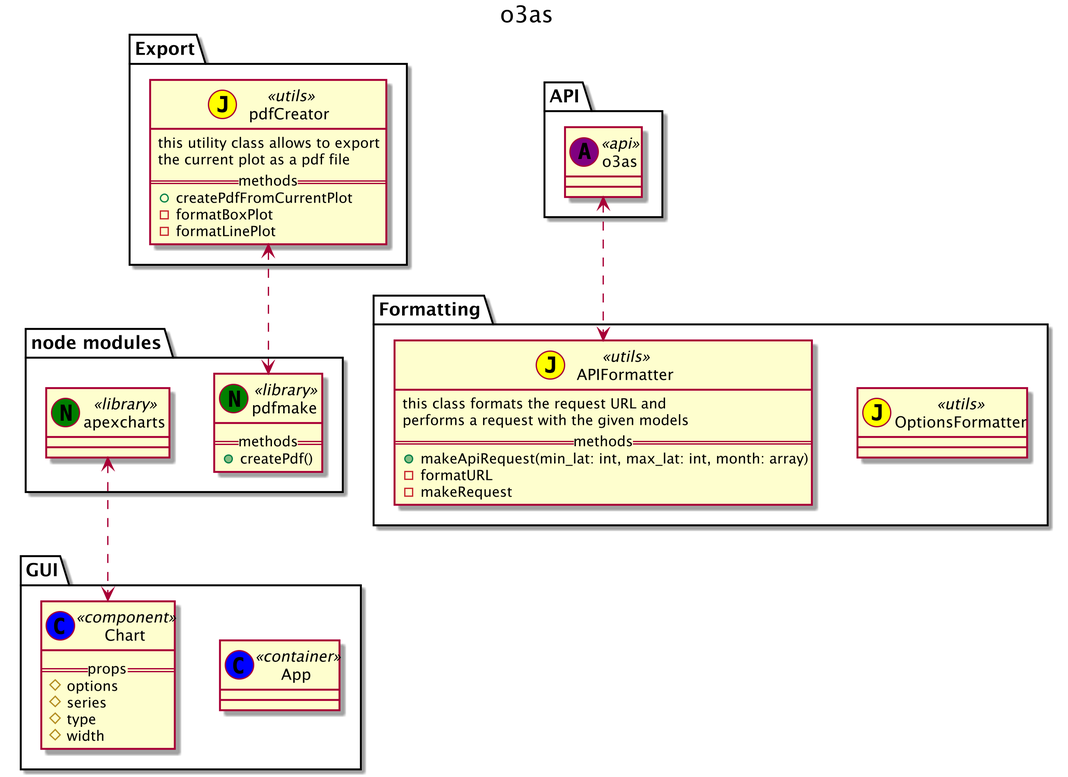
thomasmarwitz/reactUML keeps this PlantUML diagram as ReactPackages.png. Above is the earlier version.
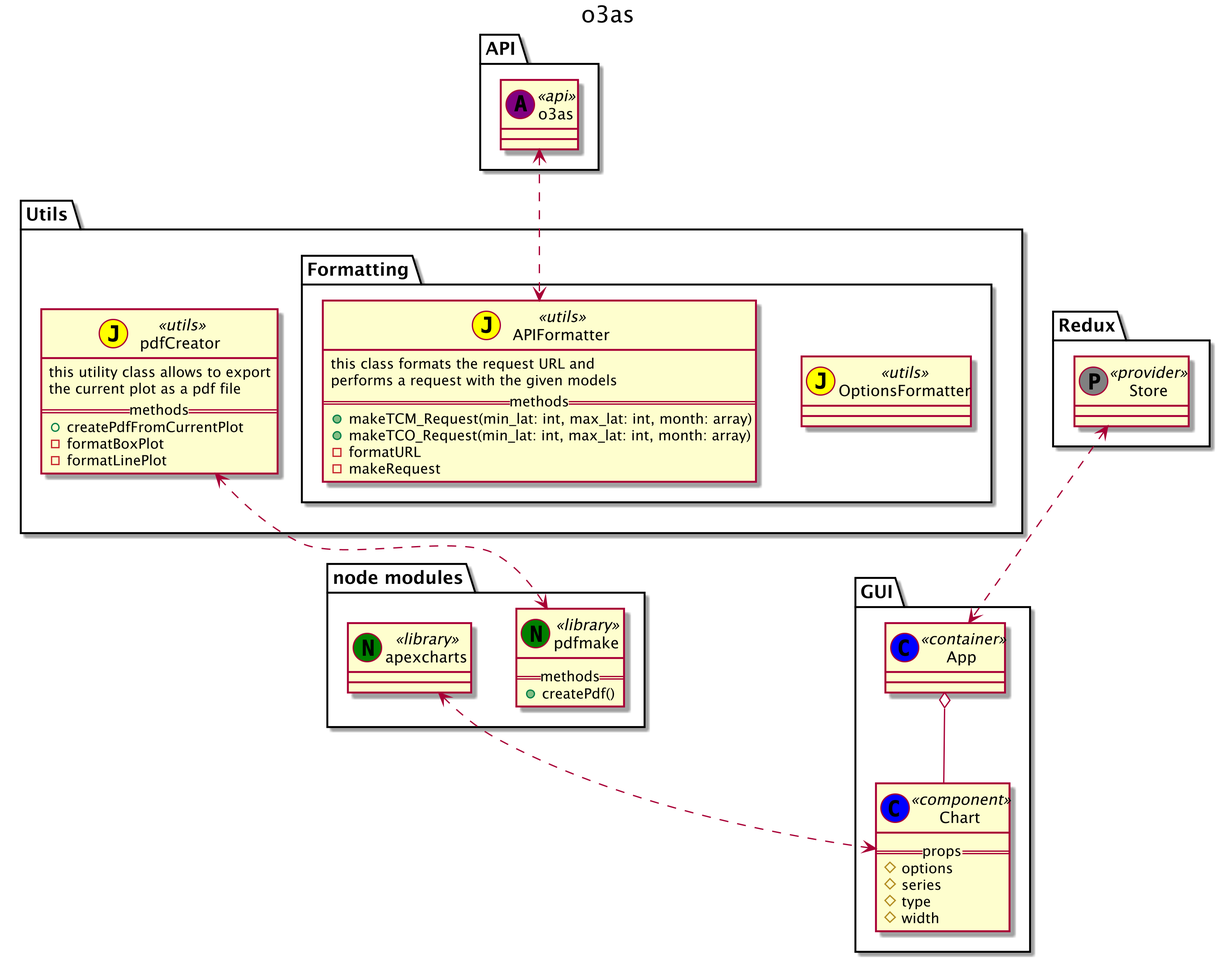
After the commit.

What changed in the source:
```diff
@@ -17,19 +17,7 @@
 
 }
 
-package "Formatting" {
-    class "OptionsFormatter" << (J, yellow) utils >> {
 
-    }
-
-    class "APIFormatter" << (J, yellow) utils >> {
-        this class formats the request URL and\nperforms a request with the given models
-        ==methods==
-        +makeApiRequest(min_lat: int, max_lat: int, month: array)
-        -formatURL
-        -makeRequest
-    }
-}
 
 package "API" {
 
@@ -39,7 +27,32 @@
 
 }
 
-package "Export" {
+package "Redux" {
+
+    class "Store" << (P, gray) provider >> {
+
+    }
+
+}
+
+package "Utils" {
+
+    package "Formatting" {
+        class "OptionsFormatter" << (J, yellow) utils >> {
+
+        }
+
+        class "APIFormatter" << (J, yellow) utils >> {
+            this class formats the request URL and\nperforms a request with the given models
+            ==methods==
+            +makeTCM_Request(min_lat: int, max_lat: int, month: array)
+            +makeTCO_Request(min_lat: int, max_lat: int, month: array)
+            -formatURL
+            -makeRequest
+        }
+    }
+
+
     class "pdfCreator" <<(J, yellow) utils >> {
         this utility class allows to export\nthe current plot as a pdf file
         ==methods==
@@ -47,6 +60,7 @@
         - formatBoxPlot
         - formatLinePlot
     }
+
 }
 
 package "node modules" {
@@ -65,5 +79,7 @@
 "apexcharts" <..> "Chart"
 "o3as" <..> "APIFormatter"
 "pdfCreator" <..> "pdfmake"
+"Store" <..> "App"
+"App" o-- "Chart"
 
 @enduml
```
